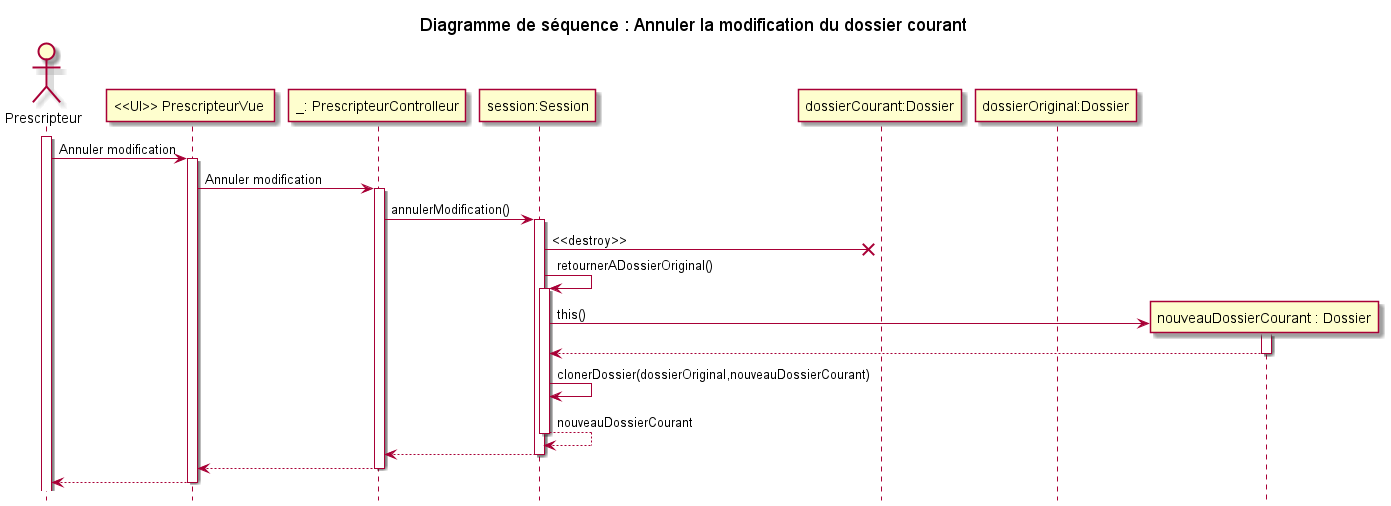
fethiuqam/INF5153-Projet-Session keeps this PlantUML diagram as models/Diagramme_Sequences/Annuler_modification/sequence_diagram_annuler_modification.png. Above is the earlier version.
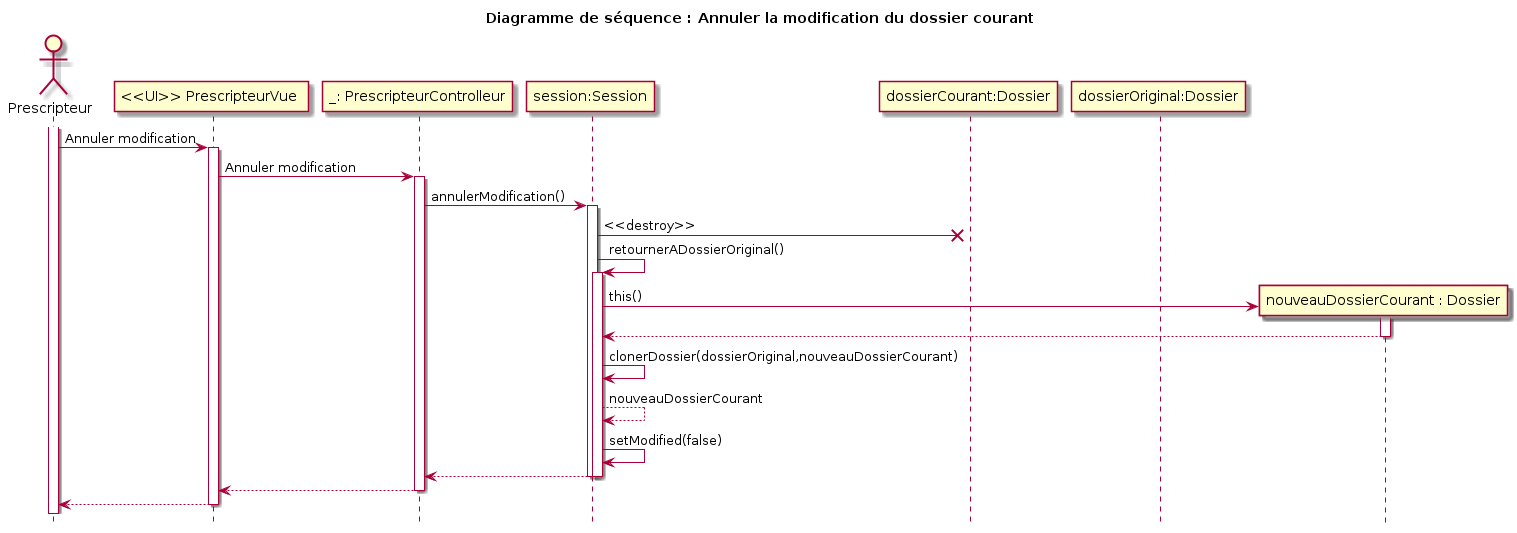
Later version of the same file.

Diff of the diagram source:
```diff
@@ -28,8 +28,11 @@
     deactivate ndc
     ses ->ses : clonerDossier(dossierOriginal,nouveauDossierCourant)
     ses --> ses : nouveauDossierCourant
+
+    ses -> ses : setModified(false)
+    ses --> pc
 deactivate ses
-ses --> pc
+
 deactivate
 pc --> pv
 deactivate pc
```
